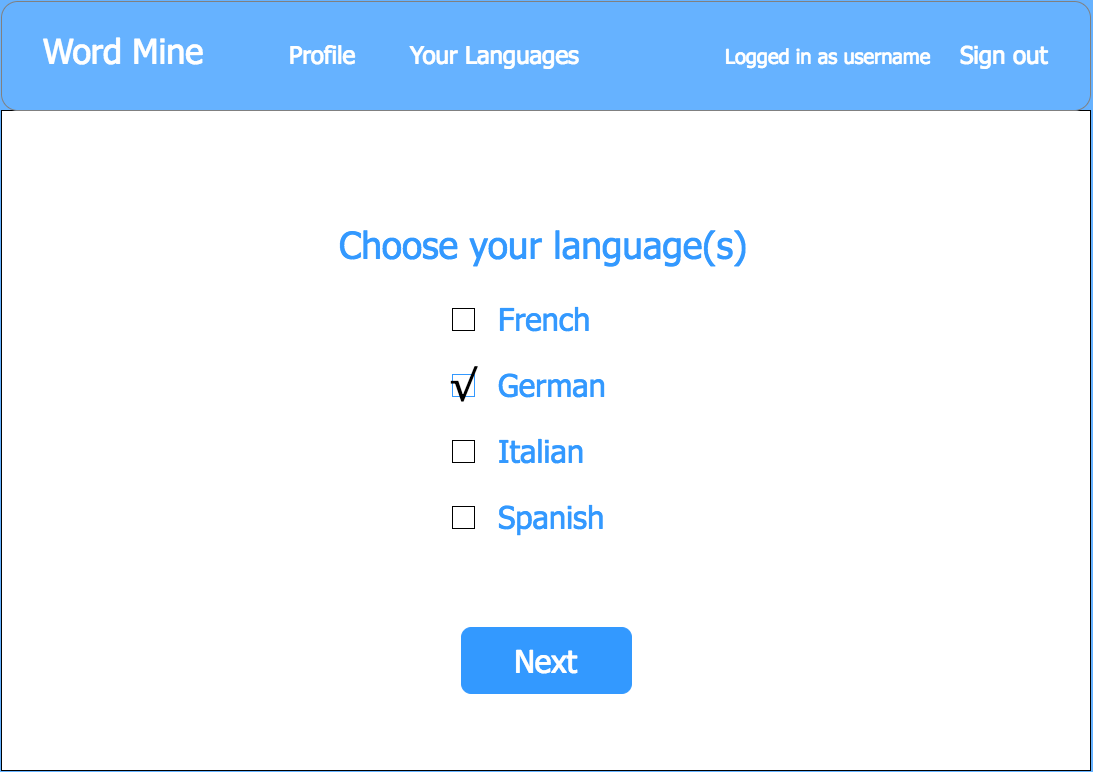
Zevgon/BenchBnB_frontend_auth keeps this draw.io diagram as docs/wireframes/choose_language.png. Above is the earlier version. Source tidied: cells renumbered, new cells last; positions are measured from the earlier drawing's top-left corner, leaving out a move shared by most shapes.
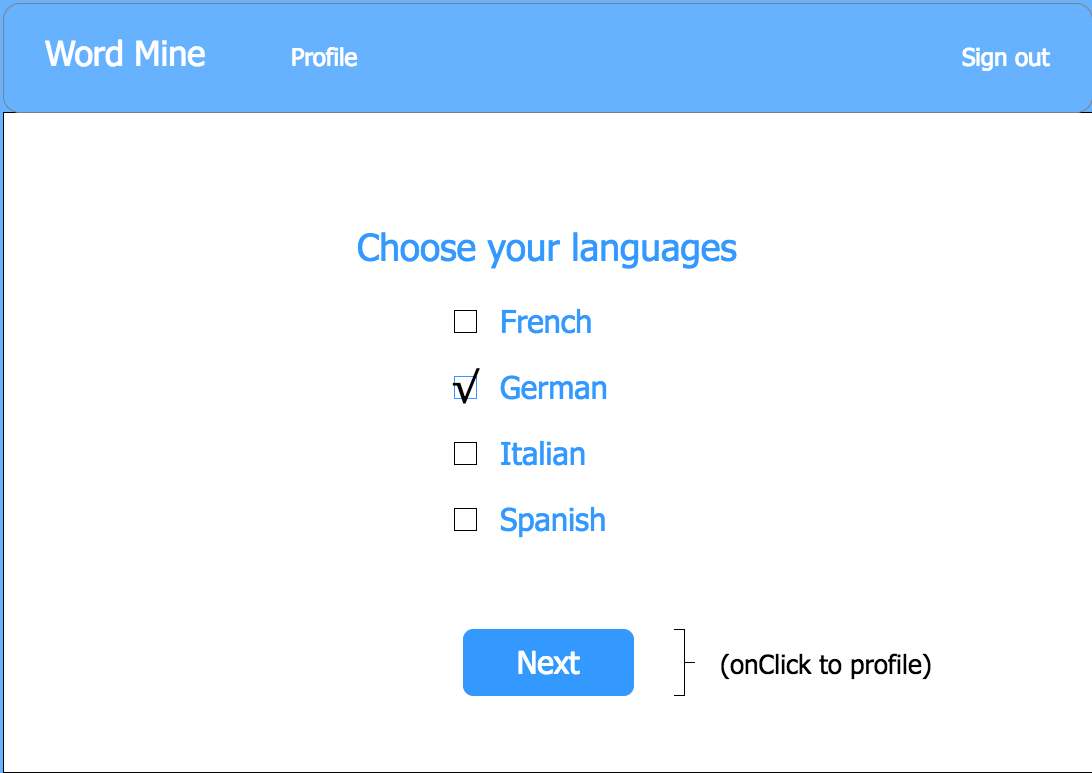
After the commit.

Change to the diagram source:
```diff
@@ -14,17 +14,11 @@
     <mxCell id="5" value="Profile" style="text;html=1;align=left;verticalAlign=top;spacingTop=-4;fontSize=24;fontFamily=Tahoma;fontColor=#FFFFFF;" parent="1" vertex="1">
       <mxGeometry x="286" y="37" width="99" height="33" as="geometry" />
     </mxCell>
-    <mxCell id="6" value="Your Languages" style="text;html=1;align=left;verticalAlign=top;spacingTop=-4;fontSize=24;fontFamily=Tahoma;fontColor=#FFFFFF;" parent="1" vertex="1">
-      <mxGeometry x="407" y="37" width="198" height="33" as="geometry" />
-    </mxCell>
     <mxCell id="7" value="Sign out" style="text;html=1;align=left;verticalAlign=top;spacingTop=-4;fontSize=24;fontFamily=Tahoma;fontColor=#FFFFFF;" parent="1" vertex="1">
       <mxGeometry x="957" y="37" width="99" height="33" as="geometry" />
     </mxCell>
-    <mxCell id="8" value="&lt;font style=&quot;font-size: 20px&quot;&gt;Logged in as username&lt;/font&gt;" style="text;html=1;align=left;verticalAlign=top;spacingTop=-4;fontSize=24;fontFamily=Tahoma;fontColor=#FFFFFF;" parent="1" vertex="1">
-      <mxGeometry x="722" y="37" width="220" height="33" as="geometry" />
-    </mxCell>
-    <mxCell id="9" value="&lt;font color=&quot;#3399ff&quot;&gt;Choose your language(s)&lt;/font&gt;" style="text;html=1;align=left;verticalAlign=top;spacingTop=-4;fontSize=37;fontFamily=Tahoma;fontColor=#000000;" parent="1" vertex="1">
-      <mxGeometry x="336" y="219" width="429" height="44" as="geometry" />
+    <mxCell id="9" value="&lt;font color=&quot;#3399ff&quot;&gt;Choose your languages&lt;/font&gt;" style="text;html=1;align=left;verticalAlign=top;spacingTop=-4;fontSize=37;fontFamily=Tahoma;fontColor=#000000;" parent="1" vertex="1">
+      <mxGeometry x="352" y="219" width="396" height="44" as="geometry" />
     </mxCell>
     <mxCell id="10" style="rounded=0;whiteSpace=wrap;html=1;labelBackgroundColor=none;strokeColor=#000000;fillColor=#ffffff;fontFamily=Tahoma;fontSize=37;fontColor=#000000;align=center;" parent="1" vertex="1">
       <mxGeometry x="451" y="307" width="22" height="22" as="geometry" />
@@ -53,5 +47,11 @@
     <mxCell id="18" value="Next" style="rounded=1;whiteSpace=wrap;html=1;labelBackgroundColor=none;strokeColor=#3399FF;fillColor=#3399FF;gradientColor=none;fontFamily=Tahoma;fontSize=31;fontColor=#FFFFFF;align=center;" parent="1" vertex="1">
       <mxGeometry x="460" y="626" width="170" height="66" as="geometry" />
     </mxCell>
+    <mxCell id="19" style="shape=curlyBracket;whiteSpace=wrap;html=1;rounded=0;labelBackgroundColor=none;strokeColor=#000000;fillColor=#000000;gradientColor=none;fontFamily=Tahoma;fontSize=26;fontColor=#FFFFFF;align=center;direction=west;" parent="1" vertex="1">
+      <mxGeometry x="671" y="626" width="20" height="66" as="geometry" />
+    </mxCell>
+    <mxCell id="20" value="&lt;font color=&quot;#000000&quot;&gt;(onClick to profile)&lt;/font&gt;" style="text;html=1;align=left;verticalAlign=top;spacingTop=-4;fontSize=26;fontFamily=Tahoma;fontColor=#FFFFFF;" parent="1" vertex="1">
+      <mxGeometry x="715" y="642" width="231" height="33" as="geometry" />
+    </mxCell>
   </root>
 </mxGraphModel>
```
